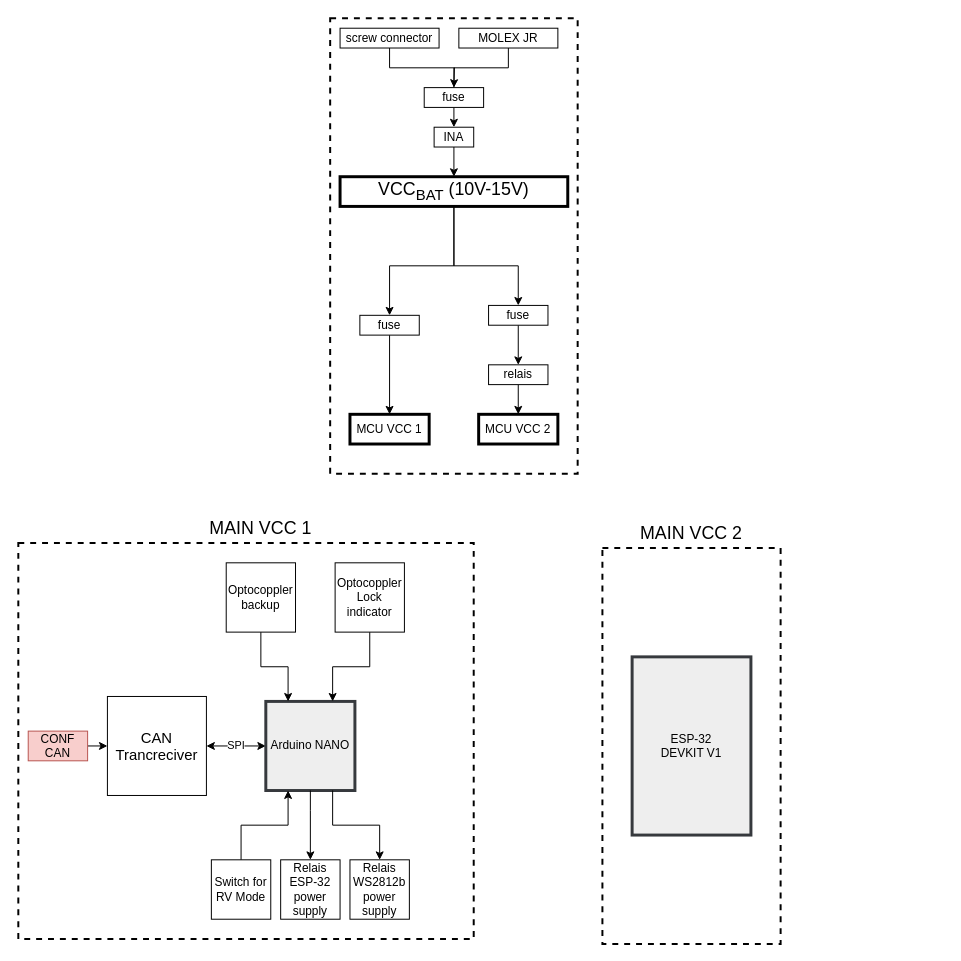
Earlier version of the draw.io diagram RV_main_pcb_ESP32_Block_diagramm_V1.drawio (TheKerry/RV_main_pcb_ESP32). Source tidied: cells renumbered, new cells numbered last; positions are measured from the earlier drawing's top-left corner, leaving out a move shared by most shapes. Both pictures are drawn from the tidied source at 99%, with x=0, y=0 at pixel (18, 18).
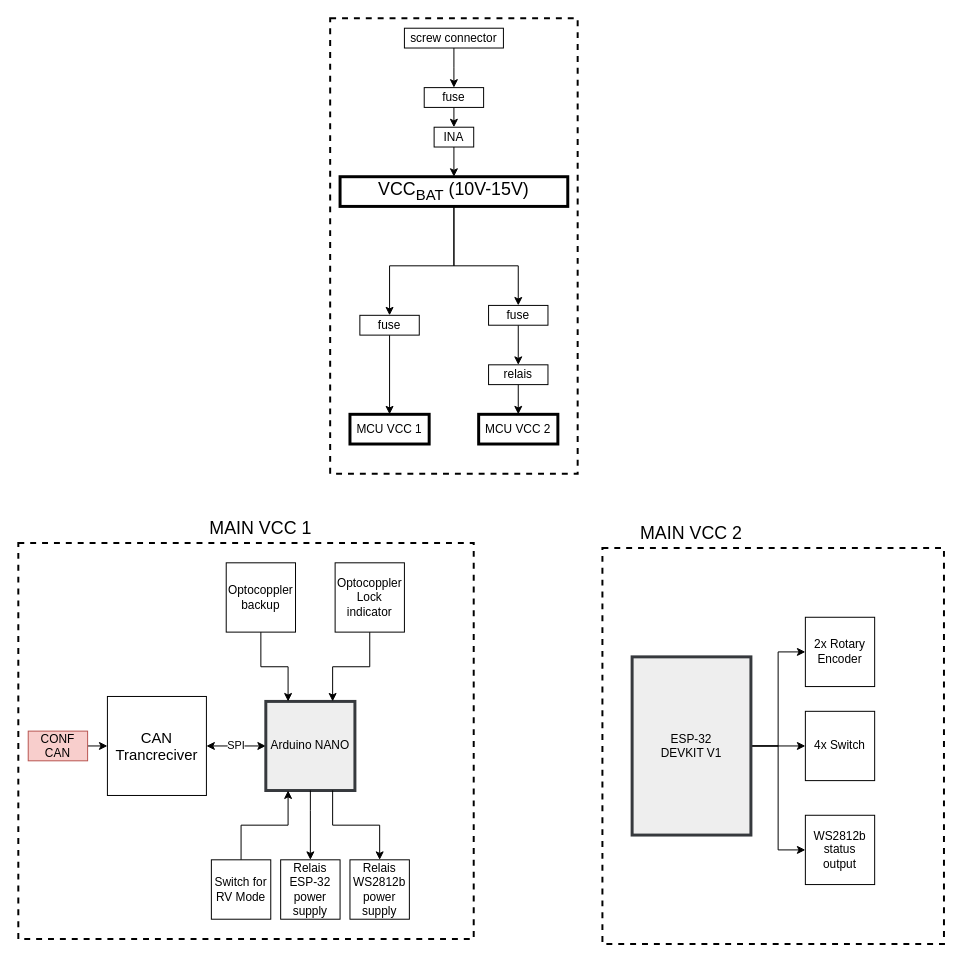
The same page after the edit.

The change refers to these unchanged cells:
```xml
<mxCell id="4" value="ESP-32&lt;br&gt;DEVKIT V1" style="rounded=0;whiteSpace=wrap;html=1;strokeWidth=3;fillColor=#eeeeee;strokeColor=#36393d;" parent="1" vertex="1">
  <mxGeometry x="620" y="645" width="120" height="180" as="geometry" />
</mxCell>
```

The edit, as a diff of the source:
```diff
@@
+    <mxCell id="40" style="rounded=0;whiteSpace=wrap;html=1;dashed=1;strokeWidth=2;fillColor=none;" parent="1" vertex="1">
+      <mxGeometry x="590" y="535" width="345" height="400" as="geometry" />
+    </mxCell>
@@
+    <mxCell id="42" style="edgeStyle=orthogonalEdgeStyle;rounded=0;jettySize=auto;html=1;exitX=1;exitY=0.5;exitDx=0;exitDy=0;" parent="1" edge="1" source="4" target="45">
+      <mxGeometry relative="1" as="geometry" />
+    </mxCell>
+    <mxCell id="43" style="edgeStyle=orthogonalEdgeStyle;rounded=0;jettySize=auto;html=1;exitX=1;exitY=0.5;exitDx=0;exitDy=0;entryX=0;entryY=0.5;entryDx=0;entryDy=0;" parent="1" edge="1" source="4" target="46">
+      <mxGeometry relative="1" as="geometry" />
+    </mxCell>
+    <mxCell id="44" style="edgeStyle=orthogonalEdgeStyle;rounded=0;jettySize=auto;html=1;exitX=1;exitY=0.5;exitDx=0;exitDy=0;entryX=0;entryY=0.5;entryDx=0;entryDy=0;" parent="1" edge="1" source="4" target="47">
+      <mxGeometry relative="1" as="geometry" />
+    </mxCell>
@@
     <mxCell id="19" value="screw connector" style="rounded=0;whiteSpace=wrap;html=1;" parent="1" vertex="1">
-      <mxGeometry x="325" y="10" width="100" height="20" as="geometry" />
+      <mxGeometry x="390" y="10" width="100" height="20" as="geometry" />
     </mxCell>
-    <mxCell id="20" value="MOLEX JR" style="rounded=0;whiteSpace=wrap;html=1;" parent="1" vertex="1">
-      <mxGeometry x="445" y="10" width="100" height="20" as="geometry" />
-    </mxCell>
-    <mxCell id="21" style="edgeStyle=orthogonalEdgeStyle;rounded=0;jettySize=auto;html=1;exitX=0.5;exitY=0;exitDx=0;exitDy=0;entryX=0.5;entryY=1;entryDx=0;entryDy=0;startArrow=none;startFill=0;endArrow=none;endFill=0;" parent="1" edge="1" target="20">
-      <mxGeometry relative="1" as="geometry">
-        <mxPoint x="440" y="70" as="sourcePoint" />
-        <Array as="points">
-          <mxPoint x="440" y="50" />
-          <mxPoint x="495" y="50" />
-        </Array>
-      </mxGeometry>
-    </mxCell>
@@
-    <mxCell id="40" style="rounded=0;whiteSpace=wrap;html=1;dashed=1;strokeWidth=2;fillColor=none;" parent="1" vertex="1">
-      <mxGeometry x="590" y="535" width="180" height="400" as="geometry" />
-    </mxCell>
@@
+    <mxCell id="45" value="2x Rotary Encoder" style="rounded=0;whiteSpace=wrap;html=1;" parent="1" vertex="1">
+      <mxGeometry x="795" y="605" width="70" height="70" as="geometry" />
+    </mxCell>
+    <mxCell id="46" value="4x Switch" style="rounded=0;whiteSpace=wrap;html=1;" parent="1" vertex="1">
+      <mxGeometry x="795" y="700" width="70" height="70" as="geometry" />
+    </mxCell>
+    <mxCell id="47" value="WS2812b status output" style="rounded=0;whiteSpace=wrap;html=1;" parent="1" vertex="1">
+      <mxGeometry x="795" y="805" width="70" height="70" as="geometry" />
+    </mxCell>
```
